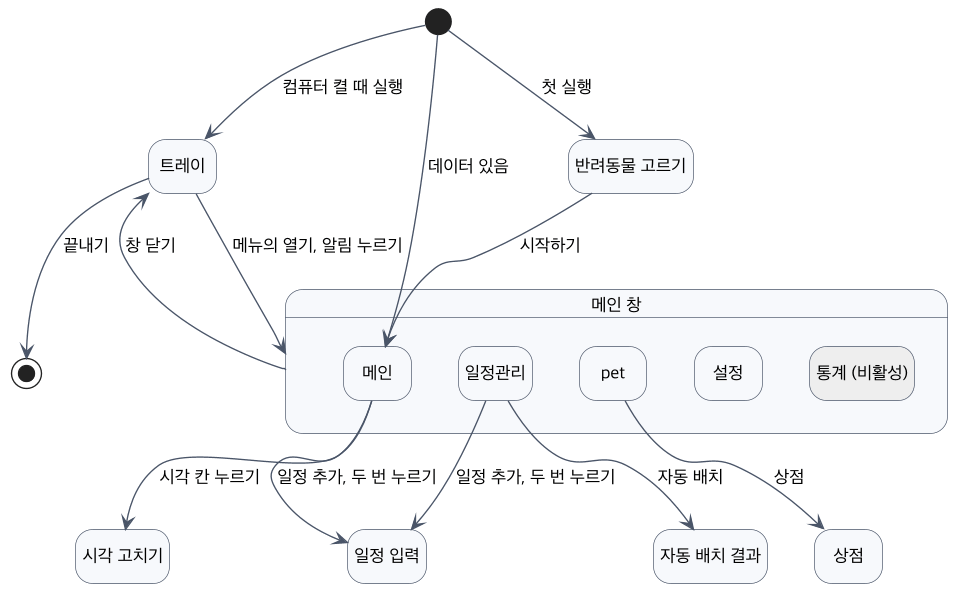
This is docs/diagrams/ui-flow.png from 2026-2-software-system-design-11/planning-pet-app, a PlantUML export, as it was before one commit.
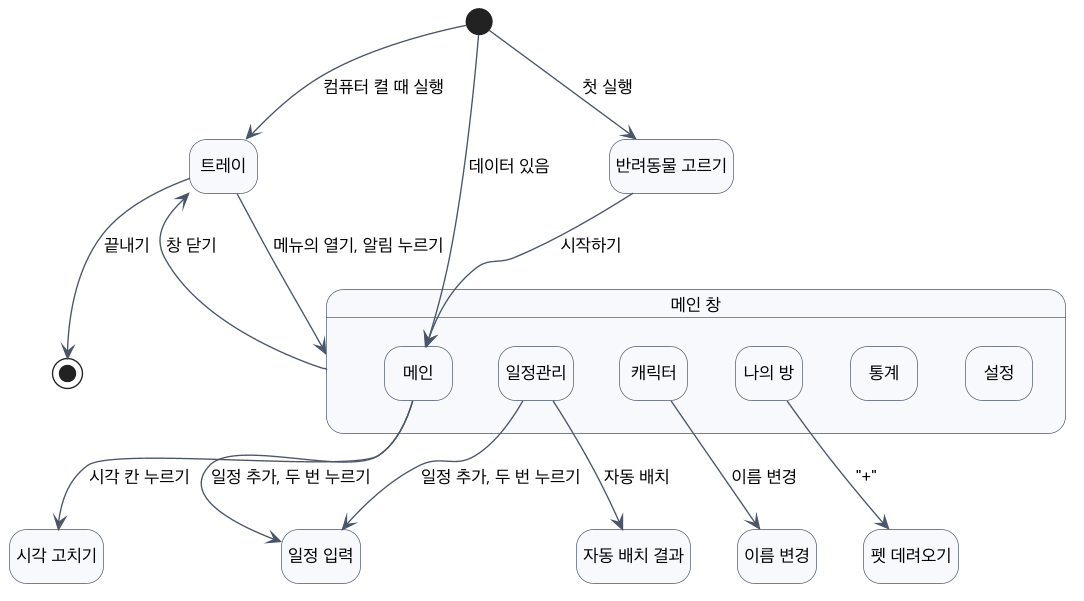
The same diagram one commit later.

Change to the diagram source:
```diff
@@ -15,13 +15,15 @@
 state "메인 창" as Win {
   state "메인" as Main
   state "일정관리" as Sched
-  state "pet" as Pet
+  state "캐릭터" as Char
+  state "나의 방" as Room
+  state "통계" as Stat
   state "설정" as Set
-  state "통계 (비활성)" as Stat #EEEEEE
 }
 state "일정 입력" as Form
 state "자동 배치 결과" as Place
-state "상점" as Shop
+state "펫 데려오기" as Adopt
+state "이름 변경" as Rename
 state "시각 고치기" as Time
 
 [*] --> Pick : 첫 실행
@@ -32,7 +34,8 @@
 Main --> Time : 시각 칸 누르기
 Sched --> Form : 일정 추가, 두 번 누르기
 Sched --> Place : 자동 배치
-Pet --> Shop : 상점
+Room --> Adopt : "+"
+Char --> Rename : 이름 변경
 Win --> Tray : 창 닫기
 Tray --> Win : 메뉴의 열기, 알림 누르기
 Tray --> [*] : 끝내기
```
